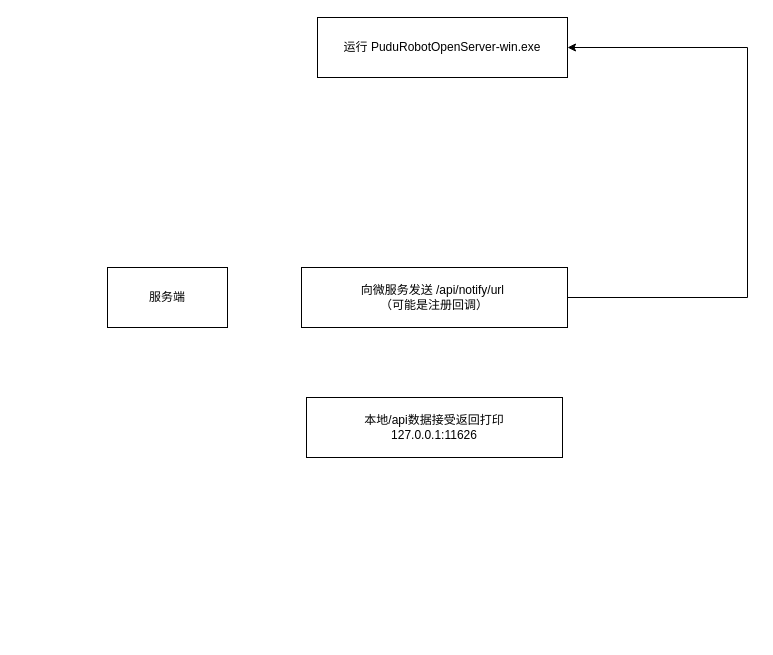
Above: 网吧助手.drawio in Jev0987/drawioFile (draw.io), before the change. Source tidied: cells renumbered, new cells numbered last; positions are measured from the earlier drawing's top-left corner, leaving out a move shared by most shapes. Both pictures are drawn from the tidied source at 100%, with x=0, y=0 at pixel (107, 17).
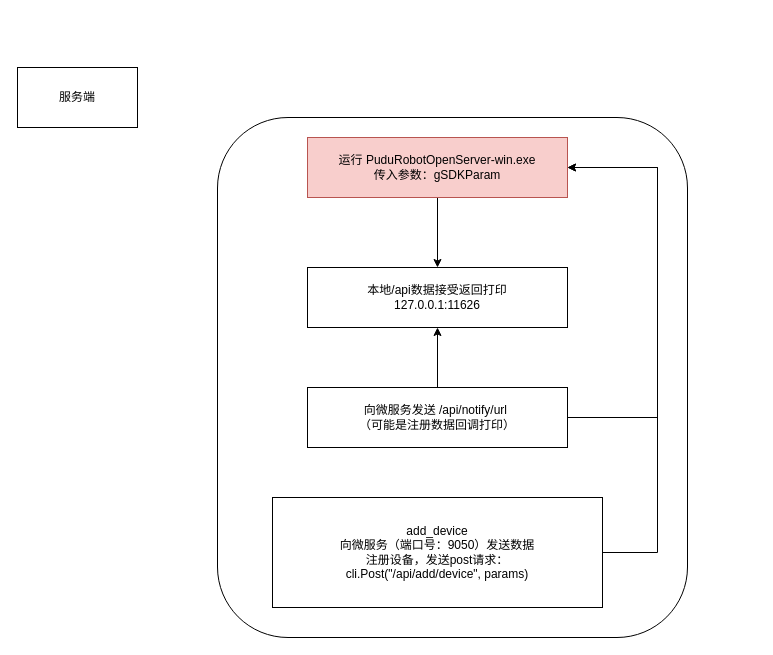
The same diagram, later.

Commit message:
更新网吧助手.drawio

What changed in the source:
```diff
@@
 <mxGraphModel>
   <root>
     <mxCell id="0" />
     <mxCell id="1" parent="0" />
+    <mxCell id="7" style="rounded=1;whiteSpace=wrap;html=1;" parent="1" vertex="1">
+      <mxGeometry x="110" y="100" width="470" height="520" as="geometry" />
+    </mxCell>
     <mxCell id="2" value="服务端" style="whiteSpace=wrap;html=1;" parent="1" vertex="1">
-      <mxGeometry y="250" width="120" height="60" as="geometry" />
+      <mxGeometry x="-90" y="50" width="120" height="60" as="geometry" />
     </mxCell>
+    <mxCell id="8" style="edgeStyle=orthogonalEdgeStyle;rounded=0;jettySize=auto;html=1;exitX=0.5;exitY=1;exitDx=0;exitDy=0;entryX=0.5;entryY=0;entryDx=0;entryDy=0;" parent="1" edge="1" source="3" target="4">
+      <mxGeometry relative="1" as="geometry" />
+    </mxCell>
-    <mxCell id="3" value="运行&amp;nbsp;PuduRobotOpenServer-win.exe" style="whiteSpace=wrap;html=1;" parent="1" vertex="1">
-      <mxGeometry x="210" width="250" height="60" as="geometry" />
+    <mxCell id="3" value="运行&amp;nbsp;PuduRobotOpenServer-win.exe&lt;br&gt;传入参数：gSDKParam" style="whiteSpace=wrap;html=1;fillColor=#f8cecc;strokeColor=#b85450;" parent="1" vertex="1">
+      <mxGeometry x="200" y="120" width="260" height="60" as="geometry" />
     </mxCell>
     <mxCell id="4" value="本地/api数据接受返回打印&lt;div&gt;127.0.0.1:11626&lt;/div&gt;" style="whiteSpace=wrap;html=1;" parent="1" vertex="1">
-      <mxGeometry x="199" y="380" width="256" height="60" as="geometry" />
+      <mxGeometry x="200" y="250" width="260" height="60" as="geometry" />
     </mxCell>
     <mxCell id="5" style="edgeStyle=orthogonalEdgeStyle;rounded=0;jettySize=auto;html=1;exitX=1;exitY=0.5;exitDx=0;exitDy=0;entryX=1;entryY=0.5;entryDx=0;entryDy=0;" parent="1" edge="1" source="6" target="3">
       <mxGeometry relative="1" as="geometry">
         <Array as="points">
-          <mxPoint x="640" y="280" />
-          <mxPoint x="640" y="30" />
+          <mxPoint x="550" y="400" />
+          <mxPoint x="550" y="150" />
         </Array>
       </mxGeometry>
     </mxCell>
+    <mxCell id="9" style="edgeStyle=orthogonalEdgeStyle;rounded=0;jettySize=auto;html=1;exitX=0.5;exitY=0;exitDx=0;exitDy=0;entryX=0.5;entryY=1;entryDx=0;entryDy=0;" parent="1" edge="1" source="6" target="4">
+      <mxGeometry relative="1" as="geometry" />
+    </mxCell>
-    <mxCell id="6" value="向微服务发送 /api/notify/url&amp;nbsp;&lt;br&gt;（可能是注册回调）" style="whiteSpace=wrap;html=1;" parent="1" vertex="1">
-      <mxGeometry x="194" y="250" width="266" height="60" as="geometry" />
+    <mxCell id="6" value="向微服务发送 /api/notify/url&amp;nbsp;&lt;br&gt;（可能是注册数据回调打印）" style="whiteSpace=wrap;html=1;" parent="1" vertex="1">
+      <mxGeometry x="200" y="370" width="260" height="60" as="geometry" />
     </mxCell>
+    <mxCell id="10" style="edgeStyle=orthogonalEdgeStyle;rounded=0;jettySize=auto;html=1;exitX=1;exitY=0.5;exitDx=0;exitDy=0;entryX=1;entryY=0.5;entryDx=0;entryDy=0;" parent="1" edge="1" source="11" target="3">
+      <mxGeometry relative="1" as="geometry">
+        <Array as="points">
+          <mxPoint x="550" y="535" />
+          <mxPoint x="550" y="150" />
+        </Array>
+      </mxGeometry>
+    </mxCell>
+    <mxCell id="11" value="add_device&lt;div&gt;向微服务（端口号：9050）发送数据&lt;/div&gt;&lt;div&gt;注册设备，发送post请求：&lt;br&gt;&lt;span style=&quot;font-size: 12px;&quot;&gt;cli.Post(&quot;/api/add/device&quot;, params)&lt;/span&gt;&lt;/div&gt;" style="whiteSpace=wrap;html=1;" parent="1" vertex="1">
+      <mxGeometry x="165" y="480" width="330" height="110" as="geometry" />
+    </mxCell>
   </root>
 </mxGraphModel>
```
